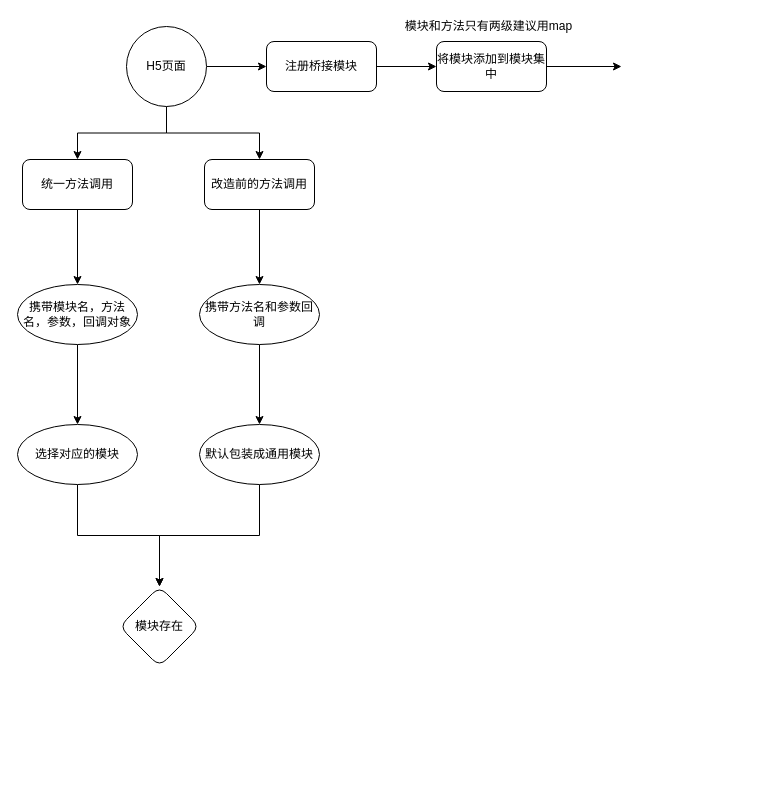
The draw.io diagram page "第 3 页" (3 of 3) of .drawio-chrome/通用bridge.drawio in yyht800/SiGuoYa, before the edit. Source tidied: cells renumbered, new cells numbered last; positions are measured from the earlier drawing's top-left corner, leaving out a move shared by most shapes. Both pictures are drawn from the tidied source at 100%, with x=0, y=0 at pixel (17, 17).
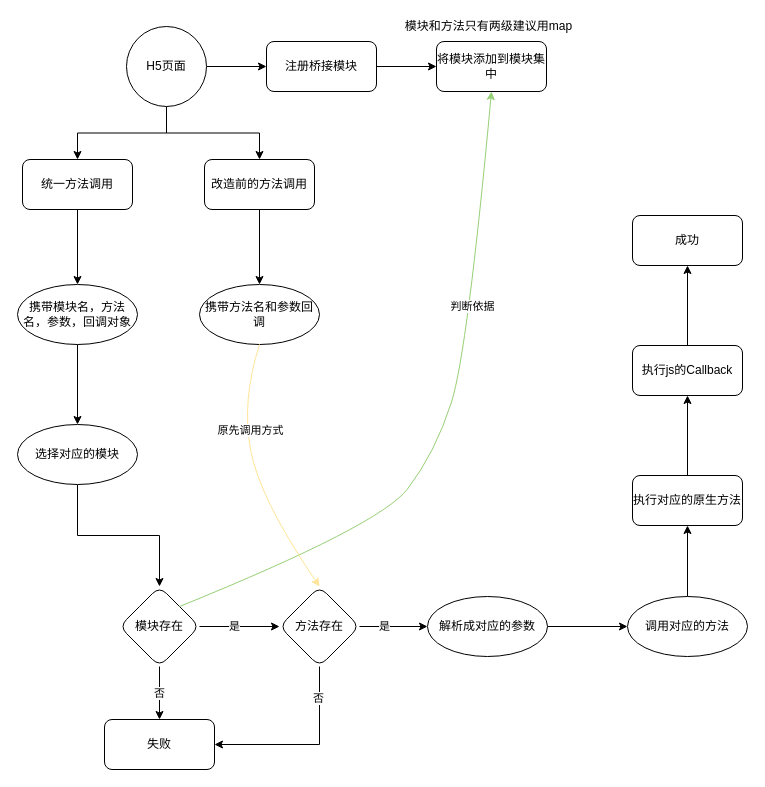
The same diagram, later.

Unchanged cells that the change refers to:
```xml
<mxCell id="9" value="将模块添加到模块集中" style="rounded=1;whiteSpace=wrap;html=1;" parent="1" vertex="1">
  <mxGeometry x="419" y="24" width="110" height="50" as="geometry" />
</mxCell>
<mxCell id="18" value="携带方法名和参数回调" style="ellipse;whiteSpace=wrap;html=1;rounded=1;" parent="1" vertex="1">
  <mxGeometry x="182" y="267" width="120" height="60" as="geometry" />
</mxCell>
<mxCell id="23" value="模块存在" style="rhombus;whiteSpace=wrap;html=1;rounded=1;" parent="1" vertex="1">
  <mxGeometry x="102" y="569" width="80" height="80" as="geometry" />
</mxCell>
```

Change to the diagram source:
```diff
@@
-    <mxCell id="8" style="edgeStyle=orthogonalEdgeStyle;rounded=0;jettySize=auto;html=1;" parent="1" edge="1" source="9">
-      <mxGeometry relative="1" as="geometry">
-        <mxPoint x="604" y="49" as="targetPoint" />
-      </mxGeometry>
-    </mxCell>
@@
-    <mxCell id="17" style="edgeStyle=orthogonalEdgeStyle;rounded=0;jettySize=auto;html=1;" parent="1" edge="1" source="18" target="20">
-      <mxGeometry relative="1" as="geometry" />
-    </mxCell>
@@
-    <mxCell id="19" style="edgeStyle=orthogonalEdgeStyle;rounded=0;jettySize=auto;html=1;" parent="1" edge="1" source="20" target="23">
-      <mxGeometry relative="1" as="geometry" />
-    </mxCell>
-    <mxCell id="20" value="默认包装成通用模块" style="ellipse;whiteSpace=wrap;html=1;rounded=1;" parent="1" vertex="1">
-      <mxGeometry x="182" y="407" width="120" height="60" as="geometry" />
-    </mxCell>
@@
+    <mxCell id="24" value="否" style="edgeStyle=orthogonalEdgeStyle;rounded=0;jettySize=auto;html=1;" parent="1" edge="1" source="23" target="27">
+      <mxGeometry relative="1" as="geometry" />
+    </mxCell>
+    <mxCell id="25" style="edgeStyle=orthogonalEdgeStyle;rounded=0;jettySize=auto;html=1;" parent="1" edge="1" source="23" target="32">
+      <mxGeometry relative="1" as="geometry" />
+    </mxCell>
+    <mxCell id="26" value="是" style="edgeLabel;html=1;align=center;verticalAlign=middle;" parent="25" vertex="1">
+      <mxGeometry x="-0.15" y="1" relative="1" as="geometry" />
+    </mxCell>
@@
+    <mxCell id="27" value="失败" style="rounded=1;whiteSpace=wrap;html=1;" parent="1" vertex="1">
+      <mxGeometry x="87" y="702" width="110" height="50" as="geometry" />
+    </mxCell>
+    <mxCell id="28" style="edgeStyle=orthogonalEdgeStyle;rounded=0;jettySize=auto;html=1;exitX=0.5;exitY=1;exitDx=0;exitDy=0;entryX=1;entryY=0.5;entryDx=0;entryDy=0;" parent="1" edge="1" source="32" target="27">
+      <mxGeometry relative="1" as="geometry" />
+    </mxCell>
+    <mxCell id="29" value="否" style="edgeLabel;html=1;align=center;verticalAlign=middle;" parent="28" vertex="1">
+      <mxGeometry x="-0.66" y="-2" relative="1" as="geometry" />
+    </mxCell>
+    <mxCell id="30" style="edgeStyle=orthogonalEdgeStyle;rounded=0;jettySize=auto;html=1;" parent="1" edge="1" source="32" target="34">
+      <mxGeometry relative="1" as="geometry" />
+    </mxCell>
+    <mxCell id="31" value="是" style="edgeLabel;html=1;align=center;verticalAlign=middle;" parent="30" vertex="1">
+      <mxGeometry x="-0.29" y="1" relative="1" as="geometry" />
+    </mxCell>
+    <mxCell id="32" value="方法存在" style="rhombus;whiteSpace=wrap;html=1;rounded=1;" parent="1" vertex="1">
+      <mxGeometry x="262" y="569" width="80" height="80" as="geometry" />
+    </mxCell>
+    <mxCell id="33" style="edgeStyle=orthogonalEdgeStyle;rounded=0;jettySize=auto;html=1;" parent="1" edge="1" source="34" target="38">
+      <mxGeometry relative="1" as="geometry" />
+    </mxCell>
+    <mxCell id="34" value="解析成对应的参数" style="ellipse;whiteSpace=wrap;html=1;rounded=1;" parent="1" vertex="1">
+      <mxGeometry x="410" y="579" width="120" height="60" as="geometry" />
+    </mxCell>
+    <mxCell id="35" style="curved=1;endArrow=classic;html=1;rounded=0;exitX=1;exitY=0;exitDx=0;exitDy=0;entryX=0.5;entryY=1;entryDx=0;entryDy=0;strokeColor=#97D077;" parent="1" edge="1" source="23" target="9">
+      <mxGeometry relative="1" as="geometry">
+        <Array as="points">
+          <mxPoint x="362" y="508" />
+          <mxPoint x="418" y="435" />
+          <mxPoint x="450" y="334" />
+        </Array>
+      </mxGeometry>
+    </mxCell>
+    <mxCell id="36" value="判断依据" style="edgeLabel;html=1;align=center;verticalAlign=middle;" parent="35" vertex="1">
+      <mxGeometry x="0.36" relative="1" as="geometry" />
+    </mxCell>
+    <mxCell id="37" style="edgeStyle=orthogonalEdgeStyle;rounded=0;jettySize=auto;html=1;" parent="1" edge="1" source="38" target="40">
+      <mxGeometry relative="1" as="geometry" />
+    </mxCell>
+    <mxCell id="38" value="调用对应的方法" style="ellipse;whiteSpace=wrap;html=1;rounded=1;" parent="1" vertex="1">
+      <mxGeometry x="610" y="579" width="120" height="60" as="geometry" />
+    </mxCell>
+    <mxCell id="39" style="edgeStyle=orthogonalEdgeStyle;rounded=0;jettySize=auto;html=1;" parent="1" edge="1" source="40" target="42">
+      <mxGeometry relative="1" as="geometry" />
+    </mxCell>
+    <mxCell id="40" value="执行对应的原生方法" style="rounded=1;whiteSpace=wrap;html=1;" parent="1" vertex="1">
+      <mxGeometry x="615" y="458" width="110" height="50" as="geometry" />
+    </mxCell>
+    <mxCell id="41" style="edgeStyle=orthogonalEdgeStyle;rounded=0;jettySize=auto;html=1;" parent="1" edge="1" source="42" target="43">
+      <mxGeometry relative="1" as="geometry" />
+    </mxCell>
+    <mxCell id="42" value="执行js的Callback" style="rounded=1;whiteSpace=wrap;html=1;" parent="1" vertex="1">
+      <mxGeometry x="615" y="328" width="110" height="50" as="geometry" />
+    </mxCell>
+    <mxCell id="43" value="成功" style="rounded=1;whiteSpace=wrap;html=1;" parent="1" vertex="1">
+      <mxGeometry x="615" y="198" width="110" height="50" as="geometry" />
+    </mxCell>
+    <mxCell id="44" style="curved=1;endArrow=classic;html=1;rounded=0;exitX=0.5;exitY=1;exitDx=0;exitDy=0;entryX=0.5;entryY=0;entryDx=0;entryDy=0;strokeColor=#FFE599;" parent="1" edge="1" source="18" target="32">
+      <mxGeometry relative="1" as="geometry">
+        <Array as="points">
+          <mxPoint x="224" y="383" />
+          <mxPoint x="242" y="481" />
+        </Array>
+      </mxGeometry>
+    </mxCell>
+    <mxCell id="45" value="原先调用方式" style="edgeLabel;html=1;align=center;verticalAlign=middle;" parent="44" vertex="1">
+      <mxGeometry x="-0.33" y="3" relative="1" as="geometry" />
+    </mxCell>
```
